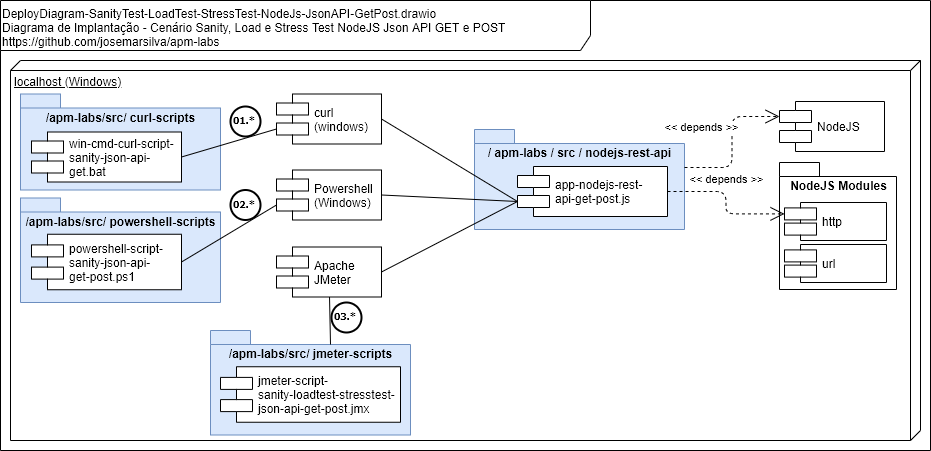
Above: doc/DeployDiagram-SanityTest-LoadTest-StressTest-NodeJs-JsonAPI-GetPost.png in josemarsilva/apm-labs (draw.io), before the change. Source tidied: cells renumbered, new cells last; positions are measured from the earlier drawing's top-left corner, leaving out a move shared by most shapes.
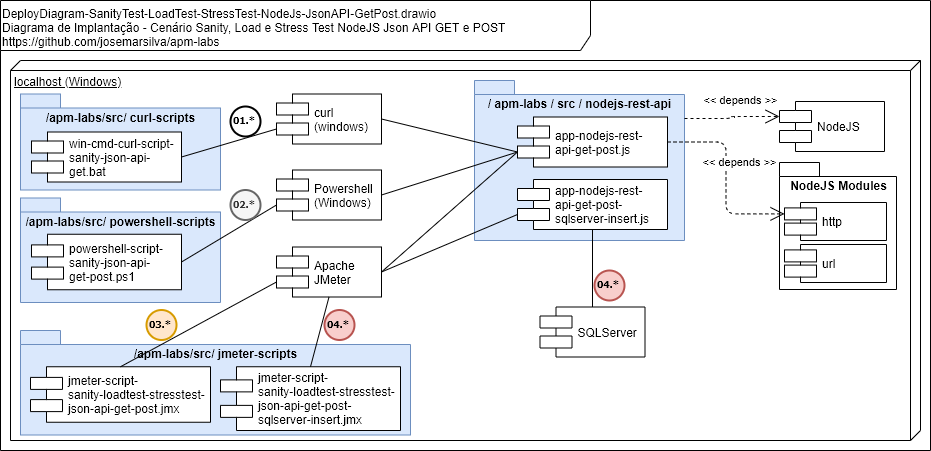
The same file after the commit.

Diff of the diagram source:
```diff
@@ -12,10 +12,10 @@
       <mxGeometry x="276" y="93.5" width="105" height="50" as="geometry" />
     </mxCell>
     <mxCell id="5" value="&lt;div style=&quot;text-align: left&quot;&gt;&lt;span&gt;/ apm-labs / src / &lt;/span&gt;&lt;span&gt;nodejs-rest-api&lt;/span&gt;&lt;/div&gt;" style="shape=folder;fontStyle=1;spacingTop=10;tabWidth=40;tabHeight=14;tabPosition=left;html=1;verticalAlign=top;fillColor=#dae8fc;strokeColor=#6c8ebf;" parent="1" vertex="1">
-      <mxGeometry x="474" y="129" width="210" height="100" as="geometry" />
+      <mxGeometry x="474" y="80" width="210" height="160" as="geometry" />
     </mxCell>
     <mxCell id="6" value="app-nodejs-rest-&#10;api-get-post.js" style="shape=component;align=left;spacingLeft=36;" parent="1" vertex="1">
-      <mxGeometry x="517" y="166" width="150" height="50" as="geometry" />
+      <mxGeometry x="517" y="116.5" width="150" height="50" as="geometry" />
     </mxCell>
     <mxCell id="7" value="NodeJS" style="shape=component;align=left;spacingLeft=36;" parent="1" vertex="1">
       <mxGeometry x="779" y="101" width="105" height="50" as="geometry" />
@@ -27,9 +27,7 @@
       <mxGeometry x="784" y="202" width="102" height="38" as="geometry" />
     </mxCell>
     <mxCell id="10" value="&amp;lt;&amp;lt; depends &amp;gt;&amp;gt;" style="endArrow=open;endSize=12;dashed=1;html=1;exitX=0;exitY=0;exitDx=210;exitDy=38;exitPerimeter=0;entryX=0;entryY=0.3;entryDx=0;entryDy=0;edgeStyle=orthogonalEdgeStyle;" parent="1" edge="1" source="5" target="7">
-      <mxGeometry x="0.21" y="32" relative="1" as="geometry">
-        <mxPoint x="1" as="offset" />
-      </mxGeometry>
+      <mxGeometry x="0.2" y="16" relative="1" as="geometry" />
     </mxCell>
     <mxCell id="11" value="&amp;lt;&amp;lt; depends &amp;gt;&amp;gt;" style="endArrow=open;endSize=12;dashed=1;html=1;exitX=1;exitY=0.5;exitDx=0;exitDy=0;entryX=0;entryY=0.3;entryDx=0;entryDy=0;edgeStyle=orthogonalEdgeStyle;" parent="1" edge="1" source="6" target="9">
       <mxGeometry x="-0.16" y="12" relative="1" as="geometry">
@@ -69,26 +67,50 @@
     <mxCell id="22" style="endArrow=none;startArrow=none;endFill=0;startFill=0;html=1;exitX=1;exitY=0.5;exitDx=0;exitDy=0;entryX=0;entryY=0.7;entryDx=0;entryDy=0;rounded=0;" parent="1" edge="1" source="21" target="6">
       <mxGeometry relative="1" as="geometry" />
     </mxCell>
-    <mxCell id="23" value="02.*" style="ellipse;whiteSpace=wrap;html=1;strokeWidth=2;fontFamily=Tahoma;spacingBottom=4;spacingRight=2;fontStyle=1;fontSize=10;" parent="1" vertex="1">
+    <mxCell id="23" value="02.*" style="ellipse;whiteSpace=wrap;html=1;strokeWidth=2;fontFamily=Tahoma;spacingBottom=4;spacingRight=2;fontStyle=1;fontSize=10;fillColor=#f5f5f5;strokeColor=#666666;fontColor=#333333;" parent="1" vertex="1">
       <mxGeometry x="230" y="189.5" width="30" height="30" as="geometry" />
     </mxCell>
     <mxCell id="24" value="&lt;div style=&quot;text-align: left&quot;&gt;&lt;span&gt;/apm-labs/src/&amp;nbsp;&lt;/span&gt;&lt;span&gt;jmeter-scripts&lt;/span&gt;&lt;/div&gt;" style="shape=folder;fontStyle=1;spacingTop=10;tabWidth=40;tabHeight=14;tabPosition=left;html=1;verticalAlign=top;fillColor=#dae8fc;strokeColor=#6c8ebf;" parent="1" vertex="1">
-      <mxGeometry x="210" y="330" width="200" height="104.5" as="geometry" />
+      <mxGeometry x="20" y="330" width="390" height="104.5" as="geometry" />
     </mxCell>
     <mxCell id="25" value="jmeter-script-&#10;sanity-loadtest-stresstest-&#10;json-api-get-post.jmx" style="shape=component;align=left;spacingLeft=36;" parent="1" vertex="1">
-      <mxGeometry x="220" y="366.2" width="180" height="55.5" as="geometry" />
+      <mxGeometry x="30" y="366.2" width="180" height="55.5" as="geometry" />
     </mxCell>
-    <mxCell id="26" style="rounded=0;jettySize=auto;html=1;endArrow=none;endFill=0;fontSize=11;entryX=0;entryY=0;entryDx=120;entryDy=14;entryPerimeter=0;" parent="1" edge="1" source="27" target="24">
+    <mxCell id="26" style="rounded=0;jettySize=auto;html=1;endArrow=none;endFill=0;fontSize=11;entryX=0.5;entryY=0;entryDx=0;entryDy=0;exitX=0;exitY=0.7;exitDx=0;exitDy=0;" parent="1" edge="1" source="27" target="25">
       <mxGeometry relative="1" as="geometry" />
     </mxCell>
     <mxCell id="27" value="Apache &#10;JMeter" style="shape=component;align=left;spacingLeft=36;" parent="1" vertex="1">
       <mxGeometry x="276" y="246.5" width="105" height="50" as="geometry" />
     </mxCell>
-    <mxCell id="28" value="03.*" style="ellipse;whiteSpace=wrap;html=1;strokeWidth=2;fontFamily=Tahoma;spacingBottom=4;spacingRight=2;fontStyle=1;fontSize=10;" parent="1" vertex="1">
-      <mxGeometry x="331" y="302" width="30" height="30" as="geometry" />
+    <mxCell id="28" value="03.*" style="ellipse;whiteSpace=wrap;html=1;strokeWidth=2;fontFamily=Tahoma;spacingBottom=4;spacingRight=2;fontStyle=1;fontSize=10;fillColor=#ffe6cc;strokeColor=#d79b00;" parent="1" vertex="1">
+      <mxGeometry x="146" y="309.5" width="30" height="30" as="geometry" />
     </mxCell>
     <mxCell id="29" style="endArrow=none;startArrow=none;endFill=0;startFill=0;html=1;exitX=1;exitY=0.5;exitDx=0;exitDy=0;entryX=0;entryY=0.7;entryDx=0;entryDy=0;rounded=0;" parent="1" edge="1" source="27" target="6">
       <mxGeometry relative="1" as="geometry" />
     </mxCell>
+    <mxCell id="30" value="SQLServer" style="shape=component;align=left;spacingLeft=36;" parent="1" vertex="1">
+      <mxGeometry x="539.5" y="306.5" width="105" height="50" as="geometry" />
+    </mxCell>
+    <mxCell id="31" value="04.*" style="ellipse;whiteSpace=wrap;html=1;strokeWidth=2;fontFamily=Tahoma;spacingBottom=4;spacingRight=2;fontStyle=1;fontSize=10;fillColor=#f8cecc;strokeColor=#b85450;" parent="1" vertex="1">
+      <mxGeometry x="594" y="270" width="30" height="30" as="geometry" />
+    </mxCell>
+    <mxCell id="32" value="app-nodejs-rest-&#10;api-get-post-&#10;sqlserver-insert.js" style="shape=component;align=left;spacingLeft=36;" parent="1" vertex="1">
+      <mxGeometry x="517" y="179" width="150" height="50" as="geometry" />
+    </mxCell>
+    <mxCell id="33" style="endArrow=none;startArrow=none;endFill=0;startFill=0;html=1;exitX=0.5;exitY=0;exitDx=0;exitDy=0;entryX=0.5;entryY=1;entryDx=0;entryDy=0;rounded=0;" parent="1" edge="1" source="30" target="32">
+      <mxGeometry relative="1" as="geometry" />
+    </mxCell>
+    <mxCell id="34" style="endArrow=none;startArrow=none;endFill=0;startFill=0;html=1;exitX=1;exitY=0.5;exitDx=0;exitDy=0;entryX=0;entryY=0.7;entryDx=0;entryDy=0;rounded=0;" parent="1" edge="1" source="27" target="32">
+      <mxGeometry relative="1" as="geometry" />
+    </mxCell>
+    <mxCell id="35" value="jmeter-script-&#10;sanity-loadtest-stresstest-&#10;json-api-get-post-&#10;sqlserver-insert.jmx" style="shape=component;align=left;spacingLeft=36;" parent="1" vertex="1">
+      <mxGeometry x="220" y="366.2" width="180" height="63.8" as="geometry" />
+    </mxCell>
+    <mxCell id="36" style="rounded=0;jettySize=auto;html=1;endArrow=none;endFill=0;fontSize=11;entryX=0.5;entryY=0;entryDx=0;entryDy=0;exitX=0.5;exitY=1;exitDx=0;exitDy=0;" parent="1" edge="1" source="27" target="35">
+      <mxGeometry relative="1" as="geometry" />
+    </mxCell>
+    <mxCell id="37" value="04.*" style="ellipse;whiteSpace=wrap;html=1;strokeWidth=2;fontFamily=Tahoma;spacingBottom=4;spacingRight=2;fontStyle=1;fontSize=10;fillColor=#f8cecc;strokeColor=#b85450;" parent="1" vertex="1">
+      <mxGeometry x="324" y="309.5" width="30" height="30" as="geometry" />
+    </mxCell>
   </root>
 </mxGraphModel>
```
